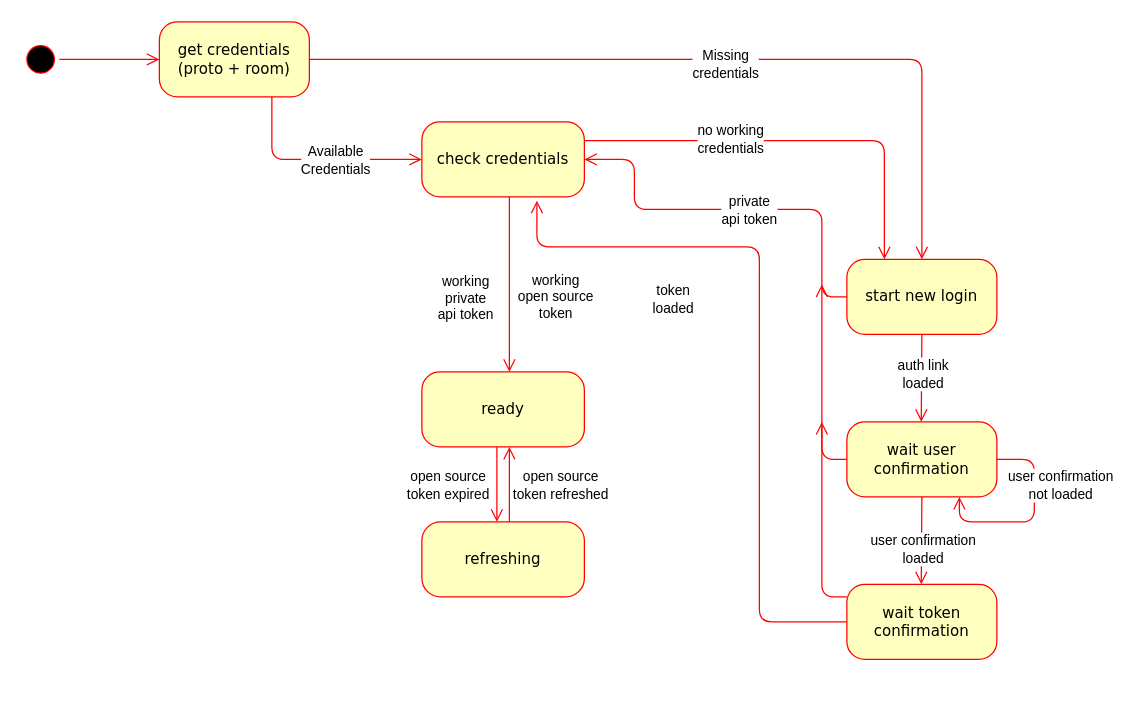
Above: extra_assets/fsm_authentication.drawio in LivingWithHippos/unchained-android (draw.io), before the change. Source tidied: cells renumbered, new cells numbered last; positions are measured from the earlier drawing's top-left corner, leaving out a move shared by most shapes. Both pictures are drawn from the tidied source at 125%, with x=0, y=0 at pixel (21, 21).
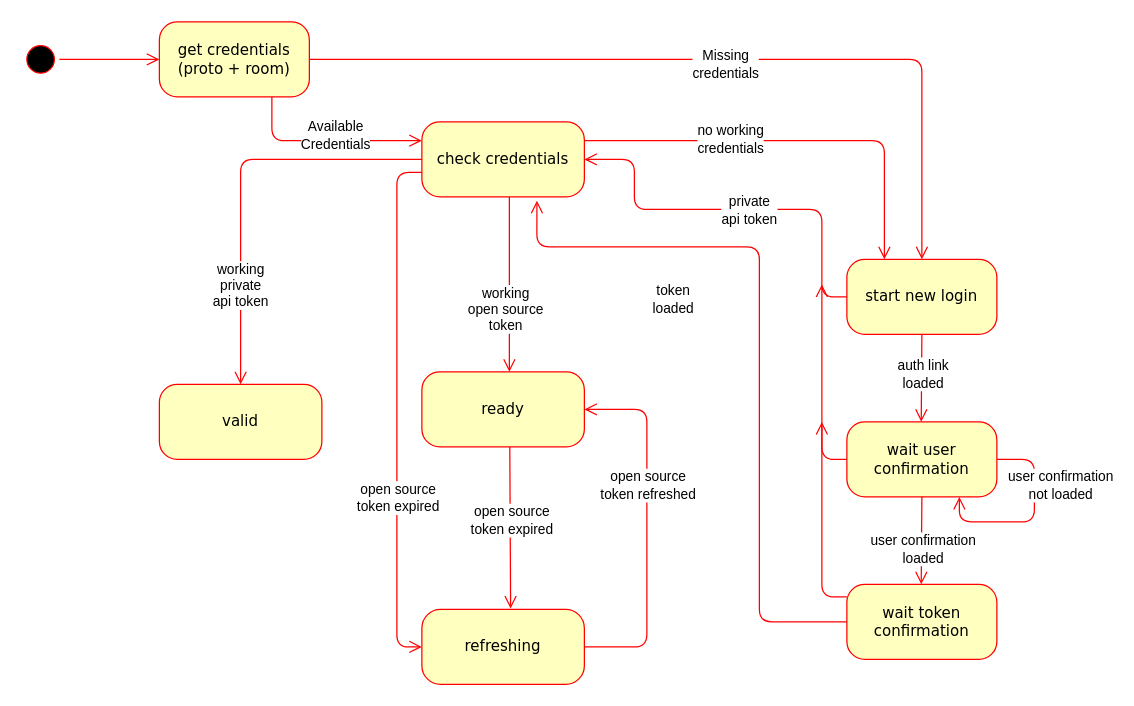
Above is the later version.

The change refers to these unchanged cells:
```xml
<mxCell id="3" value="ready" style="rounded=1;whiteSpace=wrap;html=1;arcSize=24;fillColor=#ffffc0;strokeColor=#ff0000;shadow=0;comic=0;labelBackgroundColor=none;fontFamily=Verdana;fontSize=12;fontColor=#000000;align=center;" parent="1" vertex="1">
  <mxGeometry x="320" y="280" width="130" height="60" as="geometry" />
</mxCell>
<mxCell id="4" value="get credentials (proto + room)" style="rounded=1;whiteSpace=wrap;html=1;arcSize=24;fillColor=#ffffc0;strokeColor=#ff0000;shadow=0;comic=0;labelBackgroundColor=none;fontFamily=Verdana;fontSize=12;fontColor=#000000;align=center;" parent="1" vertex="1">
  <mxGeometry x="110" width="120" height="60" as="geometry" />
</mxCell>
<mxCell id="6" value="check credentials" style="rounded=1;whiteSpace=wrap;html=1;arcSize=24;fillColor=#ffffc0;strokeColor=#ff0000;shadow=0;comic=0;labelBackgroundColor=none;fontFamily=Verdana;fontSize=12;fontColor=#000000;align=center;" parent="1" vertex="1">
  <mxGeometry x="320" y="80" width="130" height="60" as="geometry" />
</mxCell>
```

Diff of the diagram source:
```diff
@@
-    <mxCell id="11" style="edgeStyle=orthogonalEdgeStyle;html=1;labelBackgroundColor=none;endArrow=open;endSize=8;strokeColor=#ff0000;fontFamily=Verdana;fontSize=12;align=left;entryX=0;entryY=0.5;" parent="1" edge="1" source="4" target="6">
+    <mxCell id="11" style="edgeStyle=orthogonalEdgeStyle;html=1;labelBackgroundColor=none;endArrow=open;endSize=8;strokeColor=#ff0000;fontFamily=Verdana;fontSize=12;align=left;entryX=0;entryY=0.25;entryDx=0;entryDy=0;" parent="1" edge="1" source="4" target="6">
       <mxGeometry relative="1" as="geometry">
         <Array as="points">
-          <mxPoint x="200" y="110" />
+          <mxPoint x="200" y="95" />
         </Array>
       </mxGeometry>
     </mxCell>
     <mxCell id="12" value="Available&lt;br&gt;Credentials" style="edgeLabel;html=1;align=center;verticalAlign=middle;" parent="1" vertex="1">
-      <mxGeometry x="250" y="110" as="geometry" />
+      <mxGeometry x="250" y="90" as="geometry" />
     </mxCell>
@@
-    <mxCell id="14" value="working&lt;br&gt;private&lt;br&gt;api token" style="edgeLabel;html=1;align=center;verticalAlign=middle;" parent="1" vertex="1">
-      <mxGeometry x="370" y="220" as="geometry">
-        <mxPoint x="-16" as="offset" />
-      </mxGeometry>
-    </mxCell>
     <mxCell id="15" value="refreshing" style="rounded=1;whiteSpace=wrap;html=1;arcSize=25;fillColor=#ffffc0;strokeColor=#ff0000;shadow=0;comic=0;labelBackgroundColor=none;fontFamily=Verdana;fontSize=12;fontColor=#000000;align=center;" parent="1" vertex="1">
-      <mxGeometry x="320" y="400" width="130" height="60" as="geometry" />
+      <mxGeometry x="320" y="470" width="130" height="60" as="geometry" />
     </mxCell>
-    <mxCell id="16" style="edgeStyle=elbowEdgeStyle;html=1;labelBackgroundColor=none;endArrow=open;endSize=8;strokeColor=#ff0000;fontFamily=Verdana;fontSize=12;align=left;" parent="1" edge="1">
+    <mxCell id="16" style="edgeStyle=elbowEdgeStyle;html=1;labelBackgroundColor=none;endArrow=open;endSize=8;strokeColor=#ff0000;fontFamily=Verdana;fontSize=12;align=left;exitX=1;exitY=0.5;exitDx=0;exitDy=0;entryX=1;entryY=0.5;entryDx=0;entryDy=0;" parent="1" edge="1" source="15" target="3">
       <mxGeometry relative="1" as="geometry">
-        <mxPoint x="390" y="400" as="sourcePoint" />
-        <mxPoint x="390" y="340" as="targetPoint" />
         <Array as="points">
-          <mxPoint x="390" y="370" />
+          <mxPoint x="500" y="380" />
           <mxPoint x="400" y="370" />
         </Array>
       </mxGeometry>
     </mxCell>
@@
     <mxCell id="18" value="working &lt;br&gt;&lt;div&gt;open source&lt;/div&gt;&lt;div&gt;token&lt;br&gt;&lt;/div&gt;" style="edgeLabel;html=1;align=center;verticalAlign=middle;" parent="1" vertex="1">
-      <mxGeometry x="430" y="270" as="geometry">
+      <mxGeometry x="390" y="280" as="geometry">
         <mxPoint x="-4" y="-51" as="offset" />
       </mxGeometry>
     </mxCell>
@@
     <mxCell id="30" value="&lt;div&gt;open source&lt;/div&gt;&lt;div&gt;token refreshed&lt;br&gt;&lt;/div&gt;" style="edgeLabel;html=1;align=center;verticalAlign=middle;" parent="1" vertex="1">
-      <mxGeometry x="430" y="370" as="geometry" />
+      <mxGeometry x="500" y="370" as="geometry" />
     </mxCell>
@@
-    <mxCell id="32" style="edgeStyle=elbowEdgeStyle;html=1;labelBackgroundColor=none;endArrow=open;endSize=8;strokeColor=#ff0000;fontFamily=Verdana;fontSize=12;align=left;exitX=0.5;exitY=1;exitDx=0;exitDy=0;" parent="1" edge="1">
+    <mxCell id="32" style="edgeStyle=elbowEdgeStyle;html=1;labelBackgroundColor=none;endArrow=open;endSize=8;strokeColor=#ff0000;fontFamily=Verdana;fontSize=12;align=left;exitX=0.541;exitY=1.001;exitDx=0;exitDy=0;entryX=0.543;entryY=-0.01;entryDx=0;entryDy=0;entryPerimeter=0;exitPerimeter=0;" parent="1" edge="1" source="3" target="15">
       <mxGeometry relative="1" as="geometry">
-        <mxPoint x="380" y="340" as="sourcePoint" />
-        <mxPoint x="380" y="400" as="targetPoint" />
         <Array as="points">
+          <mxPoint x="391" y="370" />
           <mxPoint x="380" y="370" />
         </Array>
       </mxGeometry>
     </mxCell>
     <mxCell id="33" value="&lt;div&gt;open source&lt;/div&gt;&lt;div&gt;token expired&lt;br&gt;&lt;/div&gt;" style="edgeLabel;html=1;align=center;verticalAlign=middle;" parent="32" vertex="1">
       <mxGeometry x="-0.37" y="-1" relative="1" as="geometry">
-        <mxPoint x="-39" y="11" as="offset" />
+        <mxPoint x="1" y="18" as="offset" />
       </mxGeometry>
     </mxCell>
@@
+    <mxCell id="36" value="valid" style="rounded=1;whiteSpace=wrap;html=1;arcSize=24;fillColor=#ffffc0;strokeColor=#ff0000;shadow=0;comic=0;labelBackgroundColor=none;fontFamily=Verdana;fontSize=12;fontColor=#000000;align=center;" parent="1" vertex="1">
+      <mxGeometry x="110" y="290" width="130" height="60" as="geometry" />
+    </mxCell>
+    <mxCell id="37" style="edgeStyle=orthogonalEdgeStyle;html=1;labelBackgroundColor=none;endArrow=open;endSize=8;strokeColor=#ff0000;fontFamily=Verdana;fontSize=12;align=left;entryX=0.5;entryY=0;entryDx=0;entryDy=0;" parent="1" edge="1" target="36">
+      <mxGeometry relative="1" as="geometry">
+        <mxPoint x="320" y="110" as="sourcePoint" />
+        <Array as="points">
+          <mxPoint x="175" y="110" />
+        </Array>
+      </mxGeometry>
+    </mxCell>
+    <mxCell id="14" value="working&lt;br&gt;private&lt;br&gt;api token" style="edgeLabel;html=1;align=center;verticalAlign=middle;" parent="1" vertex="1">
+      <mxGeometry x="190" y="210" as="geometry">
+        <mxPoint x="-16" as="offset" />
+      </mxGeometry>
+    </mxCell>
+    <mxCell id="38" style="edgeStyle=orthogonalEdgeStyle;html=1;labelBackgroundColor=none;endArrow=open;endSize=8;strokeColor=#ff0000;fontFamily=Verdana;fontSize=12;align=left;entryX=0;entryY=0.5;entryDx=0;entryDy=0;exitX=0;exitY=0.672;exitDx=0;exitDy=0;exitPerimeter=0;" parent="1" edge="1" source="6" target="15">
+      <mxGeometry relative="1" as="geometry">
+        <Array as="points">
+          <mxPoint x="300" y="121" />
+          <mxPoint x="300" y="500" />
+        </Array>
+      </mxGeometry>
+    </mxCell>
+    <mxCell id="39" value="&lt;div&gt;open source&lt;/div&gt;&lt;div&gt;token expired&lt;br&gt;&lt;/div&gt;" style="edgeLabel;html=1;align=center;verticalAlign=middle;" parent="1" vertex="1">
+      <mxGeometry x="300" y="380" as="geometry" />
+    </mxCell>
```
